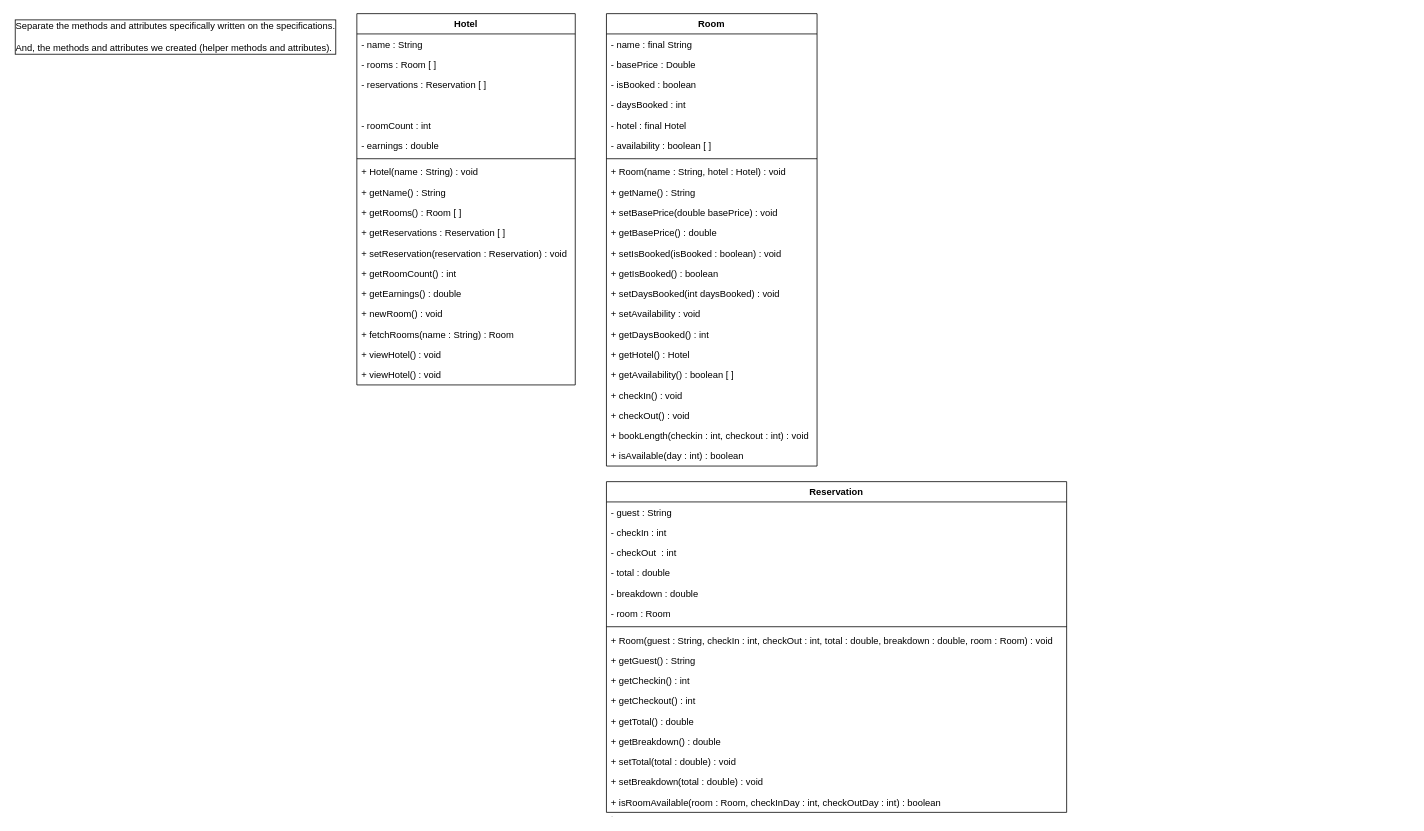
The draw.io diagram docs/UML.drawio in zrygan/CCPROG3-MCOs, before the edit. Source tidied: cells renumbered, new cells numbered last; positions are measured from the earlier drawing's top-left corner, leaving out a move shared by most shapes. Both pictures are drawn from the tidied source at 78%, with x=0, y=0 at pixel (13, 13).
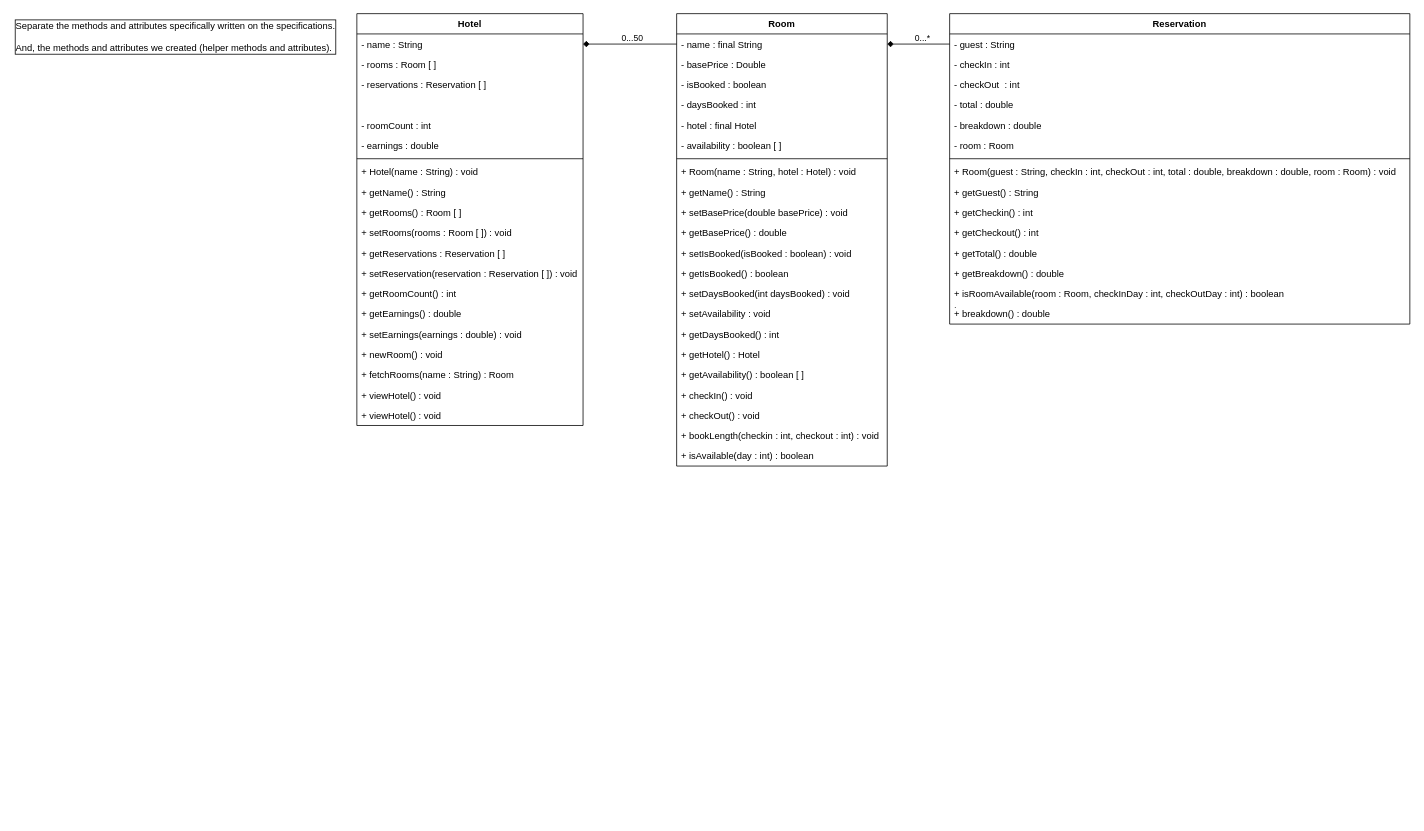
The same diagram, later.

Commit message (it also covers changes not shown here):
Updated UML and bugfixes

Unchanged cells that the change refers to:
```xml
<mxCell id="23" value="- name : final String" style="text;strokeColor=none;fillColor=none;align=left;verticalAlign=top;spacingLeft=4;spacingRight=4;overflow=hidden;points=[[0,0.5],[1,0.5]];portConstraint=eastwest;" parent="22" vertex="1">
  <mxGeometry y="26" width="270" height="26" as="geometry" />
</mxCell>
<mxCell id="46" value="- guest : String" style="text;strokeColor=none;fillColor=none;align=left;verticalAlign=top;spacingLeft=4;spacingRight=4;overflow=hidden;points=[[0,0.5],[1,0.5]];portConstraint=eastwest;" parent="45" vertex="1">
  <mxGeometry y="26" width="590" height="26" as="geometry" />
</mxCell>
```

Diff of the diagram source:
```diff
@@
     <mxCell id="2" value="Hotel" style="swimlane;fontStyle=1;align=center;verticalAlign=top;horizontal=1;startSize=26;" parent="1" vertex="1">
-      <mxGeometry x="440" width="280" height="476" as="geometry" />
+      <mxGeometry x="440" width="290" height="528" as="geometry" />
     </mxCell>
     <mxCell id="3" value="- name : String" style="text;strokeColor=none;fillColor=none;align=left;verticalAlign=top;spacingLeft=4;spacingRight=4;overflow=hidden;points=[[0,0.5],[1,0.5]];portConstraint=eastwest;" parent="2" vertex="1">
-      <mxGeometry y="26" width="280" height="26" as="geometry" />
+      <mxGeometry y="26" width="290" height="26" as="geometry" />
     </mxCell>
     <mxCell id="4" value="- rooms : Room [ ]" style="text;strokeColor=none;fillColor=none;align=left;verticalAlign=top;spacingLeft=4;spacingRight=4;overflow=hidden;" parent="2" vertex="1">
-      <mxGeometry y="52" width="280" height="26" as="geometry" />
+      <mxGeometry y="52" width="290" height="26" as="geometry" />
     </mxCell>
     <mxCell id="5" value="- reservations : Reservation [ ] " style="text;strokeColor=none;fillColor=none;align=left;verticalAlign=top;spacingLeft=4;spacingRight=4;overflow=hidden;" parent="2" vertex="1">
-      <mxGeometry y="78" width="280" height="26" as="geometry" />
+      <mxGeometry y="78" width="290" height="26" as="geometry" />
     </mxCell>
     <mxCell id="6" value=" " style="text;strokeColor=none;fillColor=none;align=left;verticalAlign=top;spacingLeft=4;spacingRight=4;overflow=hidden;" parent="2" vertex="1">
-      <mxGeometry y="104" width="280" height="26" as="geometry" />
+      <mxGeometry y="104" width="290" height="26" as="geometry" />
     </mxCell>
     <mxCell id="7" value="- roomCount : int" style="text;strokeColor=none;fillColor=none;align=left;verticalAlign=top;spacingLeft=4;spacingRight=4;overflow=hidden;" parent="2" vertex="1">
-      <mxGeometry y="130" width="280" height="26" as="geometry" />
+      <mxGeometry y="130" width="290" height="26" as="geometry" />
     </mxCell>
     <mxCell id="8" value="- earnings : double" style="text;strokeColor=none;fillColor=none;align=left;verticalAlign=top;spacingLeft=4;spacingRight=4;overflow=hidden;" parent="2" vertex="1">
-      <mxGeometry y="156" width="280" height="26" as="geometry" />
+      <mxGeometry y="156" width="290" height="26" as="geometry" />
     </mxCell>
     <mxCell id="9" style="line;strokeWidth=1;fillColor=none;align=left;verticalAlign=middle;spacingTop=-1;spacingLeft=3;spacingRight=3;labelPosition=right;strokeColor=inherit;" parent="2" vertex="1">
-      <mxGeometry y="182" width="280" height="8" as="geometry" />
+      <mxGeometry y="182" width="290" height="8" as="geometry" />
     </mxCell>
     <mxCell id="10" value="+ Hotel(name : String) : void" style="text;strokeColor=none;fillColor=none;align=left;verticalAlign=top;spacingLeft=4;spacingRight=4;overflow=hidden;" parent="2" vertex="1">
-      <mxGeometry y="190" width="280" height="26" as="geometry" />
+      <mxGeometry y="190" width="290" height="26" as="geometry" />
     </mxCell>
     <mxCell id="11" value="+ getName() : String" style="text;strokeColor=none;fillColor=none;align=left;verticalAlign=top;spacingLeft=4;spacingRight=4;overflow=hidden;" parent="2" vertex="1">
-      <mxGeometry y="216" width="280" height="26" as="geometry" />
+      <mxGeometry y="216" width="290" height="26" as="geometry" />
     </mxCell>
     <mxCell id="12" value="+ getRooms() : Room [ ]" style="text;strokeColor=none;fillColor=none;align=left;verticalAlign=top;spacingLeft=4;spacingRight=4;overflow=hidden;" parent="2" vertex="1">
-      <mxGeometry y="242" width="280" height="26" as="geometry" />
+      <mxGeometry y="242" width="290" height="26" as="geometry" />
     </mxCell>
+    <mxCell id="62" value="+ setRooms(rooms : Room [ ]) : void" style="text;strokeColor=none;fillColor=none;align=left;verticalAlign=top;spacingLeft=4;spacingRight=4;overflow=hidden;" parent="2" vertex="1">
+      <mxGeometry y="268" width="290" height="26" as="geometry" />
+    </mxCell>
     <mxCell id="13" value="+ getReservations : Reservation [ ]" style="text;strokeColor=none;fillColor=none;align=left;verticalAlign=top;spacingLeft=4;spacingRight=4;overflow=hidden;" parent="2" vertex="1">
-      <mxGeometry y="268" width="280" height="26" as="geometry" />
+      <mxGeometry y="294" width="290" height="26" as="geometry" />
     </mxCell>
-    <mxCell id="14" value="+ setReservation(reservation : Reservation) : void" style="text;strokeColor=none;fillColor=none;align=left;verticalAlign=top;spacingLeft=4;spacingRight=4;overflow=hidden;" parent="2" vertex="1">
-      <mxGeometry y="294" width="280" height="26" as="geometry" />
+    <mxCell id="14" value="+ setReservation(reservation : Reservation [ ]) : void" style="text;strokeColor=none;fillColor=none;align=left;verticalAlign=top;spacingLeft=4;spacingRight=4;overflow=hidden;" parent="2" vertex="1">
+      <mxGeometry y="320" width="290" height="26" as="geometry" />
     </mxCell>
     <mxCell id="15" value="+ getRoomCount() : int" style="text;strokeColor=none;fillColor=none;align=left;verticalAlign=top;spacingLeft=4;spacingRight=4;overflow=hidden;" parent="2" vertex="1">
-      <mxGeometry y="320" width="280" height="26" as="geometry" />
+      <mxGeometry y="346" width="290" height="26" as="geometry" />
     </mxCell>
     <mxCell id="16" value="+ getEarnings() : double" style="text;strokeColor=none;fillColor=none;align=left;verticalAlign=top;spacingLeft=4;spacingRight=4;overflow=hidden;" parent="2" vertex="1">
-      <mxGeometry y="346" width="280" height="26" as="geometry" />
+      <mxGeometry y="372" width="290" height="26" as="geometry" />
     </mxCell>
+    <mxCell id="63" value="+ setEarnings(earnings : double) : void" style="text;strokeColor=none;fillColor=none;align=left;verticalAlign=top;spacingLeft=4;spacingRight=4;overflow=hidden;" parent="2" vertex="1">
+      <mxGeometry y="398" width="290" height="26" as="geometry" />
+    </mxCell>
     <mxCell id="17" value="+ newRoom() : void" style="text;strokeColor=none;fillColor=none;align=left;verticalAlign=top;spacingLeft=4;spacingRight=4;overflow=hidden;" parent="2" vertex="1">
-      <mxGeometry y="372" width="280" height="26" as="geometry" />
+      <mxGeometry y="424" width="290" height="26" as="geometry" />
     </mxCell>
     <mxCell id="18" value="+ fetchRooms(name : String) : Room" style="text;strokeColor=none;fillColor=none;align=left;verticalAlign=top;spacingLeft=4;spacingRight=4;overflow=hidden;" parent="2" vertex="1">
-      <mxGeometry y="398" width="280" height="26" as="geometry" />
+      <mxGeometry y="450" width="290" height="26" as="geometry" />
     </mxCell>
     <mxCell id="19" value="+ viewHotel() : void" style="text;strokeColor=none;fillColor=none;align=left;verticalAlign=top;spacingLeft=4;spacingRight=4;overflow=hidden;" parent="2" vertex="1">
-      <mxGeometry y="424" width="280" height="26" as="geometry" />
+      <mxGeometry y="476" width="290" height="26" as="geometry" />
     </mxCell>
     <mxCell id="20" value="+ viewHotel() : void" style="text;strokeColor=none;fillColor=none;align=left;verticalAlign=top;spacingLeft=4;spacingRight=4;overflow=hidden;" parent="2" vertex="1">
-      <mxGeometry y="450" width="280" height="26" as="geometry" />
+      <mxGeometry y="502" width="290" height="26" as="geometry" />
     </mxCell>
@@
     <mxCell id="22" value="Room" style="swimlane;fontStyle=1;align=center;verticalAlign=top;horizontal=1;startSize=26;" parent="1" vertex="1">
-      <mxGeometry x="760" width="270" height="580" as="geometry" />
+      <mxGeometry x="850" width="270" height="580" as="geometry" />
     </mxCell>
@@
     <mxCell id="45" value="Reservation" style="swimlane;fontStyle=1;align=center;verticalAlign=top;horizontal=1;startSize=26;" parent="1" vertex="1">
-      <mxGeometry x="760" y="600" width="590" height="424" as="geometry" />
+      <mxGeometry x="1200" width="590" height="398" as="geometry" />
     </mxCell>
@@
-    <mxCell id="59" value="+ setTotal(total : double) : void" style="text;strokeColor=none;fillColor=none;align=left;verticalAlign=top;spacingLeft=4;spacingRight=4;overflow=hidden;" parent="45" vertex="1">
-      <mxGeometry y="346" width="590" height="26" as="geometry" />
-    </mxCell>
-    <mxCell id="60" value="+ setBreakdown(total : double) : void" style="text;strokeColor=none;fillColor=none;align=left;verticalAlign=top;spacingLeft=4;spacingRight=4;overflow=hidden;" parent="45" vertex="1">
-      <mxGeometry y="372" width="590" height="26" as="geometry" />
-    </mxCell>
     <mxCell id="61" value="+ isRoomAvailable(room : Room, checkInDay : int, checkOutDay : int) : boolean&#10;, " style="text;strokeColor=none;fillColor=none;align=left;verticalAlign=top;spacingLeft=4;spacingRight=4;overflow=hidden;" parent="45" vertex="1">
-      <mxGeometry y="398" width="590" height="26" as="geometry" />
+      <mxGeometry y="346" width="590" height="26" as="geometry" />
     </mxCell>
+    <mxCell id="64" value="+ breakdown() : double" style="text;strokeColor=none;fillColor=none;align=left;verticalAlign=top;spacingLeft=4;spacingRight=4;overflow=hidden;" parent="45" vertex="1">
+      <mxGeometry y="372" width="590" height="26" as="geometry" />
+    </mxCell>
+    <mxCell id="65" style="edgeStyle=none;html=1;exitX=0;exitY=0.5;exitDx=0;exitDy=0;endArrow=diamond;endFill=1;" parent="1" edge="1" source="23" target="3">
+      <mxGeometry relative="1" as="geometry" />
+    </mxCell>
+    <mxCell id="66" value="0...50" style="edgeLabel;html=1;align=center;verticalAlign=middle;" parent="65" vertex="1">
+      <mxGeometry x="-0.63" y="1" relative="1" as="geometry">
+        <mxPoint x="-36" y="-10" as="offset" />
+      </mxGeometry>
+    </mxCell>
+    <mxCell id="67" style="edgeStyle=none;html=1;exitX=0;exitY=0.5;exitDx=0;exitDy=0;endArrow=diamond;endFill=1;" parent="1" edge="1" source="46" target="23">
+      <mxGeometry relative="1" as="geometry" />
+    </mxCell>
+    <mxCell id="68" value="0...*" style="edgeLabel;html=1;align=center;verticalAlign=middle;" parent="67" vertex="1">
+      <mxGeometry x="-0.37" y="1" relative="1" as="geometry">
+        <mxPoint x="-11" y="-10" as="offset" />
+      </mxGeometry>
+    </mxCell>
```
